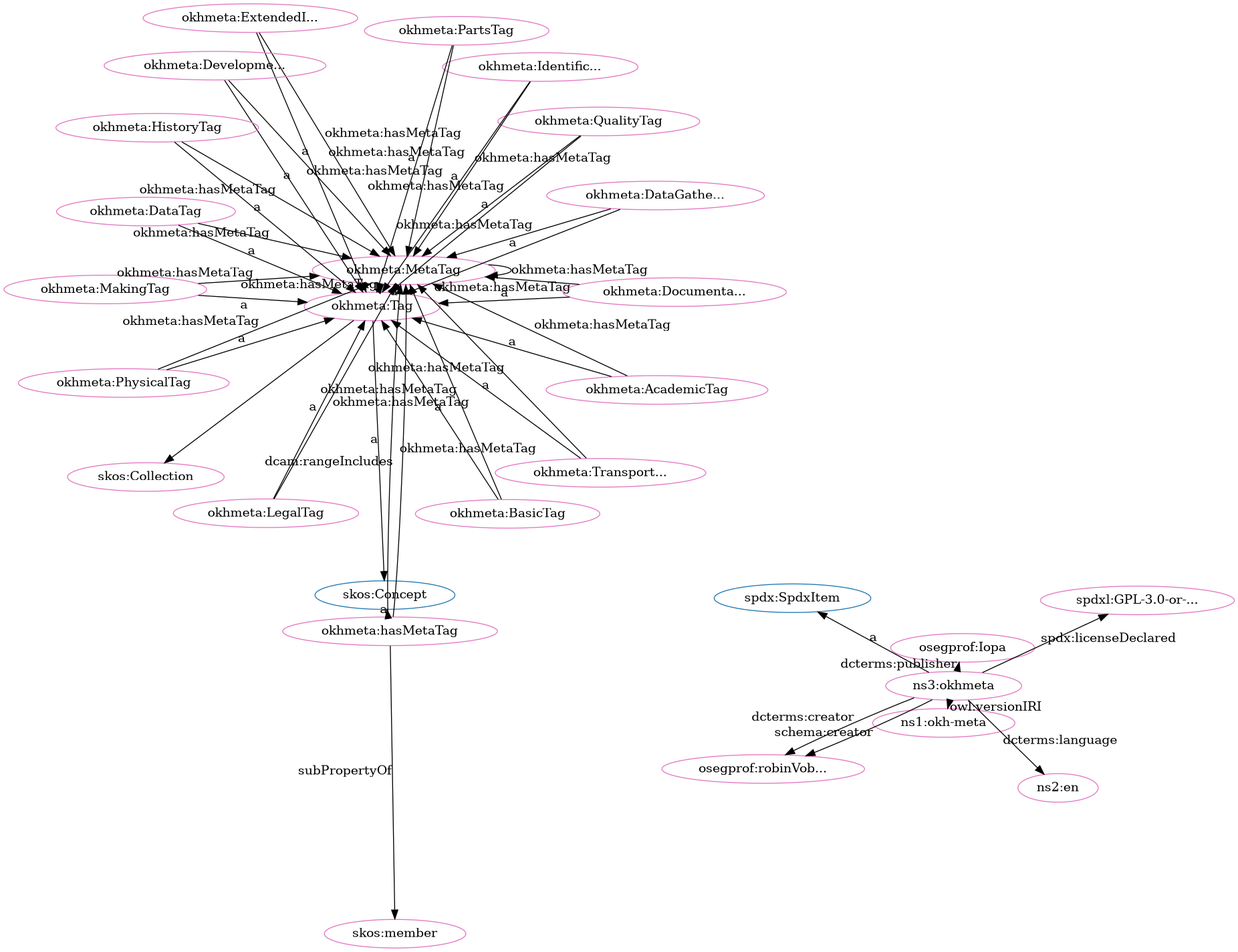
Earlier version of the Graphviz export src/spec/dot_okh-meta-clean.png (iop-alliance/OpenKnowHow). Its source is kept beside it as src/spec/dot_okh-meta-clean.dot.
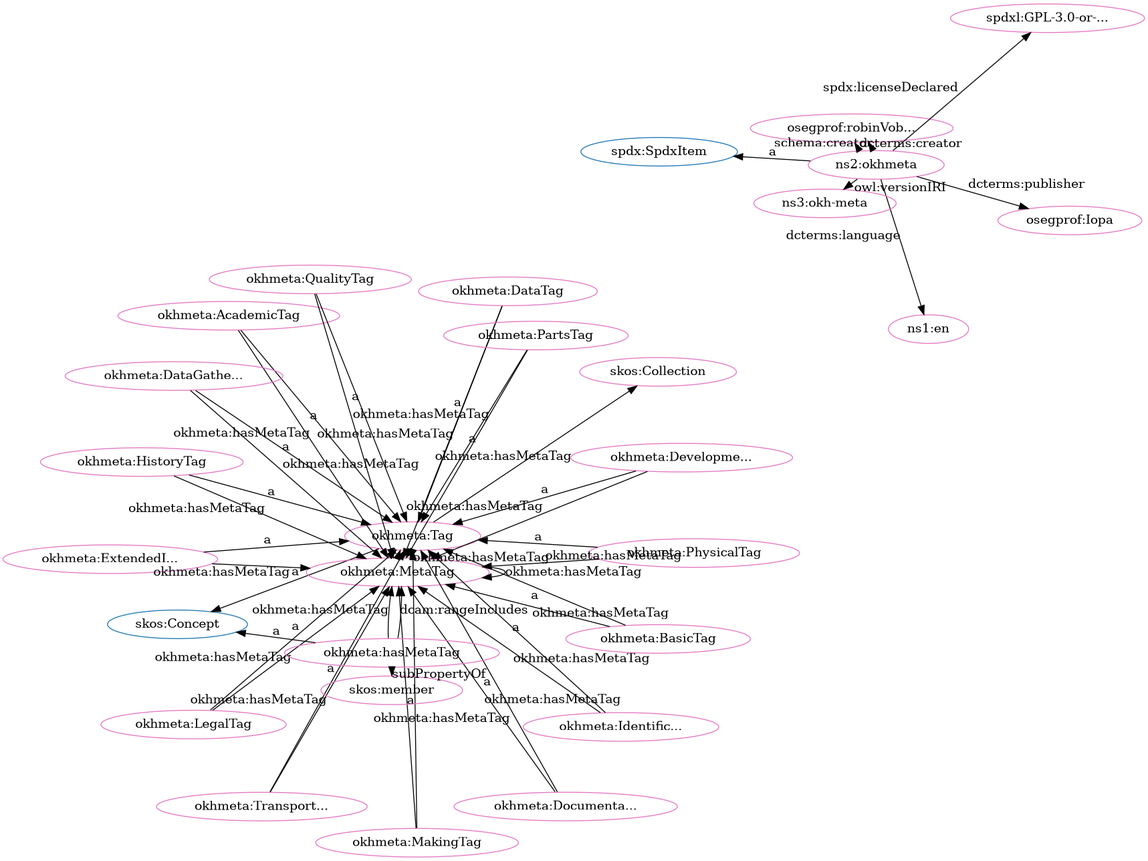
After the commit.

Change to the diagram source:
```diff
@@ -1,80 +1,80 @@
 digraph G {
   rankdir=BT
   node[height=.3]
+"http://www.w3.org/2004/02/skos/core#Concept" [fillcolor="#1f77b4" color="#1f77b4" label="skos:Concept"]
+"http://www.w3.org/2004/02/skos/core#Collection" [fillcolor="#1f77b4" color="#1f77b4" label="skos:Collection"]
+"http://w3id.org/oseg/ont/okhmeta#Tag" [fillcolor="#1f77b4" color="#1f77b4" label="okhmeta:Tag"]
 "http://spdx.org/rdf/terms#SpdxItem" [fillcolor="#1f77b4" color="#1f77b4" label="spdx:SpdxItem"]
-"http://w3id.org/oseg/ont/okhmeta#Tag" [fillcolor="#1f77b4" color="#1f77b4" label="okhmeta:Tag"]
-"http://www.w3.org/2004/02/skos/core#Collection" [fillcolor="#1f77b4" color="#1f77b4" label="skos:Collection"]
-"http://www.w3.org/2004/02/skos/core#Concept" [fillcolor="#1f77b4" color="#1f77b4" label="skos:Concept"]
 "http://w3id.org/oseg/ont/okhmeta#MetaTag" [fillcolor="#e377c2" color="#e377c2" label="okhmeta:MetaTag"]
+"http://id.loc.gov/vocabulary/iso639-1/en" [fillcolor="#e377c2" color="#e377c2" label="ns1:en"]
+"http://w3id.org/oseg/ont/okhmeta#AcademicTag" [fillcolor="#e377c2" color="#e377c2" label="okhmeta:AcademicTag"]
+"http://w3id.org/oseg/ont/okhmeta" [fillcolor="#e377c2" color="#e377c2" label="ns2:okhmeta"]
+"http://w3id.org/oseg/ont/oseg-profiles#robinVobruba" [fillcolor="#e377c2" color="#e377c2" label="osegprof:robinVob..."]
+"http://w3id.org/oseg/ont/okhmeta#TransportationTag" [fillcolor="#e377c2" color="#e377c2" label="okhmeta:Transport..."]
+"http://w3id.org/oseg/ont/okhmeta#LegalTag" [fillcolor="#e377c2" color="#e377c2" label="okhmeta:LegalTag"]
+"http://w3id.org/oseg/ont/okhmeta#DocumentationTag" [fillcolor="#e377c2" color="#e377c2" label="okhmeta:Documenta..."]
+"http://w3id.org/oseg/ont/oseg-profiles#Iopa" [fillcolor="#e377c2" color="#e377c2" label="osegprof:Iopa"]
+"http://spdx.org/licenses/GPL-3.0-or-later" [fillcolor="#e377c2" color="#e377c2" label="spdxl:GPL-3.0-or-..."]
+"http://w3id.org/oseg/ont/okhmeta#MakingTag" [fillcolor="#e377c2" color="#e377c2" label="okhmeta:MakingTag"]
+"http://www.w3.org/2004/02/skos/core#member" [fillcolor="#e377c2" color="#e377c2" label="skos:member"]
+"http://w3id.org/oseg/ont/okhmeta#BasicTag" [fillcolor="#e377c2" color="#e377c2" label="okhmeta:BasicTag"]
+"http://w3id.org/oseg/ont/okhmeta#hasMetaTag" [fillcolor="#e377c2" color="#e377c2" label="okhmeta:hasMetaTag"]
+"http://w3id.org/oseg/ont/okhmeta#PhysicalTag" [fillcolor="#e377c2" color="#e377c2" label="okhmeta:PhysicalTag"]
+"http://w3id.org/oseg/ont/okhmeta#HistoryTag" [fillcolor="#e377c2" color="#e377c2" label="okhmeta:HistoryTag"]
+"http://www.w3.org/2004/02/skos/core#Collection" [fillcolor="#e377c2" color="#e377c2" label="skos:Collection"]
+"http://w3id.org/oseg/ont/1.1.0/okh-meta" [fillcolor="#e377c2" color="#e377c2" label="ns3:okh-meta"]
+"http://w3id.org/oseg/ont/okhmeta#QualityTag" [fillcolor="#e377c2" color="#e377c2" label="okhmeta:QualityTag"]
+"http://w3id.org/oseg/ont/okhmeta#DataTag" [fillcolor="#e377c2" color="#e377c2" label="okhmeta:DataTag"]
+"http://w3id.org/oseg/ont/okhmeta#IdentificationTag" [fillcolor="#e377c2" color="#e377c2" label="okhmeta:Identific..."]
+"http://w3id.org/oseg/ont/okhmeta#Tag" [fillcolor="#e377c2" color="#e377c2" label="okhmeta:Tag"]
+"http://w3id.org/oseg/ont/okhmeta#DataGatheringTag" [fillcolor="#e377c2" color="#e377c2" label="okhmeta:DataGathe..."]
+"http://w3id.org/oseg/ont/okhmeta#PartsTag" [fillcolor="#e377c2" color="#e377c2" label="okhmeta:PartsTag"]
 "http://w3id.org/oseg/ont/okhmeta#ExtendedInfoTag" [fillcolor="#e377c2" color="#e377c2" label="okhmeta:ExtendedI..."]
-"http://w3id.org/oseg/ont/okhmeta#PhysicalTag" [fillcolor="#e377c2" color="#e377c2" label="okhmeta:PhysicalTag"]
-"http://w3id.org/oseg/ont/okhmeta#DataTag" [fillcolor="#e377c2" color="#e377c2" label="okhmeta:DataTag"]
-"http://w3id.org/oseg/ont/okhmeta#DocumentationTag" [fillcolor="#e377c2" color="#e377c2" label="okhmeta:Documenta..."]
-"http://spdx.org/licenses/GPL-3.0-or-later" [fillcolor="#e377c2" color="#e377c2" label="spdxl:GPL-3.0-or-..."]
-"http://w3id.org/oseg/ont/okhmeta#hasMetaTag" [fillcolor="#e377c2" color="#e377c2" label="okhmeta:hasMetaTag"]
-"http://w3id.org/oseg/ont/okhmeta#BasicTag" [fillcolor="#e377c2" color="#e377c2" label="okhmeta:BasicTag"]
-"http://w3id.org/oseg/ont/okhmeta#LegalTag" [fillcolor="#e377c2" color="#e377c2" label="okhmeta:LegalTag"]
-"http://w3id.org/oseg/ont/1.1.0/okh-meta" [fillcolor="#e377c2" color="#e377c2" label="ns1:okh-meta"]
 "http://w3id.org/oseg/ont/okhmeta#DevelopmentTag" [fillcolor="#e377c2" color="#e377c2" label="okhmeta:Developme..."]
-"http://w3id.org/oseg/ont/okhmeta#QualityTag" [fillcolor="#e377c2" color="#e377c2" label="okhmeta:QualityTag"]
-"http://w3id.org/oseg/ont/oseg-profiles#Iopa" [fillcolor="#e377c2" color="#e377c2" label="osegprof:Iopa"]
-"http://w3id.org/oseg/ont/okhmeta#DataGatheringTag" [fillcolor="#e377c2" color="#e377c2" label="okhmeta:DataGathe..."]
-"http://id.loc.gov/vocabulary/iso639-1/en" [fillcolor="#e377c2" color="#e377c2" label="ns2:en"]
-"http://w3id.org/oseg/ont/okhmeta" [fillcolor="#e377c2" color="#e377c2" label="ns3:okhmeta"]
-"http://w3id.org/oseg/ont/okhmeta#IdentificationTag" [fillcolor="#e377c2" color="#e377c2" label="okhmeta:Identific..."]
-"http://w3id.org/oseg/ont/okhmeta#TransportationTag" [fillcolor="#e377c2" color="#e377c2" label="okhmeta:Transport..."]
-"http://w3id.org/oseg/ont/okhmeta#Tag" [fillcolor="#e377c2" color="#e377c2" label="okhmeta:Tag"]
-"http://w3id.org/oseg/ont/oseg-profiles#robinVobruba" [fillcolor="#e377c2" color="#e377c2" label="osegprof:robinVob..."]
-"http://w3id.org/oseg/ont/okhmeta#AcademicTag" [fillcolor="#e377c2" color="#e377c2" label="okhmeta:AcademicTag"]
-"http://www.w3.org/2004/02/skos/core#member" [fillcolor="#e377c2" color="#e377c2" label="skos:member"]
-"http://w3id.org/oseg/ont/okhmeta#MakingTag" [fillcolor="#e377c2" color="#e377c2" label="okhmeta:MakingTag"]
-"http://www.w3.org/2004/02/skos/core#Collection" [fillcolor="#e377c2" color="#e377c2" label="skos:Collection"]
-"http://w3id.org/oseg/ont/okhmeta#PartsTag" [fillcolor="#e377c2" color="#e377c2" label="okhmeta:PartsTag"]
-"http://w3id.org/oseg/ont/okhmeta#HistoryTag" [fillcolor="#e377c2" color="#e377c2" label="okhmeta:HistoryTag"]
+  "http://w3id.org/oseg/ont/okhmeta#AcademicTag" -> "http://w3id.org/oseg/ont/okhmeta#MetaTag" [label="okhmeta:hasMetaTag"]
+  "http://w3id.org/oseg/ont/okhmeta" -> "http://id.loc.gov/vocabulary/iso639-1/en" [label="dcterms:language"]
+  "http://w3id.org/oseg/ont/okhmeta#DataTag" -> "http://w3id.org/oseg/ont/okhmeta#MetaTag" [label="okhmeta:hasMetaTag"]
+  "http://w3id.org/oseg/ont/okhmeta" -> "http://w3id.org/oseg/ont/oseg-profiles#robinVobruba" [label="dcterms:creator"]
+  "http://w3id.org/oseg/ont/okhmeta#Tag" -> "http://w3id.org/oseg/ont/okhmeta#MetaTag" [label="okhmeta:hasMetaTag"]
+  "http://w3id.org/oseg/ont/okhmeta#LegalTag" -> "http://w3id.org/oseg/ont/okhmeta#MetaTag" [label="okhmeta:hasMetaTag"]
+  "http://w3id.org/oseg/ont/okhmeta#MetaTag" -> "http://w3id.org/oseg/ont/okhmeta#Tag" [label="a"]
+  "http://w3id.org/oseg/ont/okhmeta#DocumentationTag" -> "http://w3id.org/oseg/ont/okhmeta#MetaTag" [label="okhmeta:hasMetaTag"]
+  "http://w3id.org/oseg/ont/okhmeta#DocumentationTag" -> "http://w3id.org/oseg/ont/okhmeta#Tag" [label="a"]
+  "http://w3id.org/oseg/ont/okhmeta#TransportationTag" -> "http://w3id.org/oseg/ont/okhmeta#MetaTag" [label="okhmeta:hasMetaTag"]
+  "http://w3id.org/oseg/ont/okhmeta#MakingTag" -> "http://w3id.org/oseg/ont/okhmeta#Tag" [label="a"]
+  "http://w3id.org/oseg/ont/okhmeta#DevelopmentTag" -> "http://w3id.org/oseg/ont/okhmeta#MetaTag" [label="okhmeta:hasMetaTag"]
+  "http://w3id.org/oseg/ont/okhmeta#BasicTag" -> "http://w3id.org/oseg/ont/okhmeta#Tag" [label="a"]
+  "http://w3id.org/oseg/ont/okhmeta#PhysicalTag" -> "http://w3id.org/oseg/ont/okhmeta#MetaTag" [label="okhmeta:hasMetaTag"]
+  "http://w3id.org/oseg/ont/okhmeta#HistoryTag" -> "http://w3id.org/oseg/ont/okhmeta#Tag" [label="a"]
+  "http://w3id.org/oseg/ont/okhmeta#DataTag" -> "http://w3id.org/oseg/ont/okhmeta#Tag" [label="a"]
+  "http://w3id.org/oseg/ont/okhmeta#IdentificationTag" -> "http://w3id.org/oseg/ont/okhmeta#Tag" [label="a"]
+  "http://w3id.org/oseg/ont/okhmeta#hasMetaTag" -> "http://w3id.org/oseg/ont/okhmeta#MetaTag" [label="okhmeta:hasMetaTag"]
+  "http://w3id.org/oseg/ont/okhmeta#PartsTag" -> "http://w3id.org/oseg/ont/okhmeta#Tag" [label="a"]
+  "http://w3id.org/oseg/ont/okhmeta#hasMetaTag" -> "http://www.w3.org/2004/02/skos/core#Concept" [label="a"]
+  "http://w3id.org/oseg/ont/okhmeta#ExtendedInfoTag" -> "http://w3id.org/oseg/ont/okhmeta#Tag" [label="a"]
+  "http://w3id.org/oseg/ont/okhmeta#BasicTag" -> "http://w3id.org/oseg/ont/okhmeta#MetaTag" [label="okhmeta:hasMetaTag"]
+  "http://w3id.org/oseg/ont/okhmeta#AcademicTag" -> "http://w3id.org/oseg/ont/okhmeta#Tag" [label="a"]
+  "http://w3id.org/oseg/ont/okhmeta" -> "http://spdx.org/rdf/terms#SpdxItem" [label="a"]
+  "http://w3id.org/oseg/ont/okhmeta#MetaTag" -> "http://w3id.org/oseg/ont/okhmeta#MetaTag" [label="okhmeta:hasMetaTag"]
+  "http://w3id.org/oseg/ont/okhmeta#hasMetaTag" -> "http://w3id.org/oseg/ont/okhmeta#MetaTag" [label="dcam:rangeIncludes"]
+  "http://w3id.org/oseg/ont/okhmeta#TransportationTag" -> "http://w3id.org/oseg/ont/okhmeta#Tag" [label="a"]
+  "http://w3id.org/oseg/ont/okhmeta#LegalTag" -> "http://w3id.org/oseg/ont/okhmeta#Tag" [label="a"]
+  "http://w3id.org/oseg/ont/okhmeta" -> "http://w3id.org/oseg/ont/oseg-profiles#Iopa" [label="dcterms:publisher"]
+  "http://w3id.org/oseg/ont/okhmeta#ExtendedInfoTag" -> "http://w3id.org/oseg/ont/okhmeta#MetaTag" [label="okhmeta:hasMetaTag"]
+  "http://w3id.org/oseg/ont/okhmeta" -> "http://spdx.org/licenses/GPL-3.0-or-later" [label="spdx:licenseDeclared"]
+  "http://w3id.org/oseg/ont/okhmeta#hasMetaTag" -> "http://www.w3.org/2004/02/skos/core#member" [label="subPropertyOf"]
+  "http://w3id.org/oseg/ont/okhmeta#MakingTag" -> "http://w3id.org/oseg/ont/okhmeta#MetaTag" [label="okhmeta:hasMetaTag"]
+  "http://w3id.org/oseg/ont/okhmeta" -> "http://w3id.org/oseg/ont/oseg-profiles#robinVobruba" [label="schema:creator"]
   "http://w3id.org/oseg/ont/okhmeta#PhysicalTag" -> "http://w3id.org/oseg/ont/okhmeta#Tag" [label="a"]
-  "http://w3id.org/oseg/ont/okhmeta#hasMetaTag" -> "http://w3id.org/oseg/ont/okhmeta#MetaTag" [label="dcam:rangeIncludes"]
-  "http://w3id.org/oseg/ont/okhmeta#hasMetaTag" -> "http://w3id.org/oseg/ont/okhmeta#MetaTag" [label="okhmeta:hasMetaTag"]
-  "http://w3id.org/oseg/ont/okhmeta#LegalTag" -> "http://w3id.org/oseg/ont/okhmeta#Tag" [label="a"]
-  "http://w3id.org/oseg/ont/okhmeta#MakingTag" -> "http://w3id.org/oseg/ont/okhmeta#MetaTag" [label="okhmeta:hasMetaTag"]
+  "http://w3id.org/oseg/ont/okhmeta#HistoryTag" -> "http://w3id.org/oseg/ont/okhmeta#MetaTag" [label="okhmeta:hasMetaTag"]
+  "http://w3id.org/oseg/ont/okhmeta#Tag" -> "http://www.w3.org/2004/02/skos/core#Collection" [label=""]
   "http://w3id.org/oseg/ont/okhmeta" -> "http://w3id.org/oseg/ont/1.1.0/okh-meta" [label="owl:versionIRI"]
   "http://w3id.org/oseg/ont/okhmeta#QualityTag" -> "http://w3id.org/oseg/ont/okhmeta#Tag" [label="a"]
+  "http://w3id.org/oseg/ont/okhmeta#Tag" -> "http://www.w3.org/2004/02/skos/core#Concept" [label="a"]
+  "http://w3id.org/oseg/ont/okhmeta#DataGatheringTag" -> "http://w3id.org/oseg/ont/okhmeta#MetaTag" [label="okhmeta:hasMetaTag"]
   "http://w3id.org/oseg/ont/okhmeta#DataGatheringTag" -> "http://w3id.org/oseg/ont/okhmeta#Tag" [label="a"]
-  "http://w3id.org/oseg/ont/okhmeta#LegalTag" -> "http://w3id.org/oseg/ont/okhmeta#MetaTag" [label="okhmeta:hasMetaTag"]
-  "http://w3id.org/oseg/ont/okhmeta#IdentificationTag" -> "http://w3id.org/oseg/ont/okhmeta#Tag" [label="a"]
-  "http://w3id.org/oseg/ont/okhmeta#TransportationTag" -> "http://w3id.org/oseg/ont/okhmeta#Tag" [label="a"]
+  "http://w3id.org/oseg/ont/okhmeta#IdentificationTag" -> "http://w3id.org/oseg/ont/okhmeta#MetaTag" [label="okhmeta:hasMetaTag"]
+  "http://w3id.org/oseg/ont/okhmeta#PartsTag" -> "http://w3id.org/oseg/ont/okhmeta#MetaTag" [label="okhmeta:hasMetaTag"]
+  "http://w3id.org/oseg/ont/okhmeta#DevelopmentTag" -> "http://w3id.org/oseg/ont/okhmeta#Tag" [label="a"]
   "http://w3id.org/oseg/ont/okhmeta#QualityTag" -> "http://w3id.org/oseg/ont/okhmeta#MetaTag" [label="okhmeta:hasMetaTag"]
-  "http://w3id.org/oseg/ont/okhmeta#DevelopmentTag" -> "http://w3id.org/oseg/ont/okhmeta#MetaTag" [label="okhmeta:hasMetaTag"]
-  "http://w3id.org/oseg/ont/okhmeta" -> "http://w3id.org/oseg/ont/oseg-profiles#robinVobruba" [label="schema:creator"]
-  "http://w3id.org/oseg/ont/okhmeta#DataGatheringTag" -> "http://w3id.org/oseg/ont/okhmeta#MetaTag" [label="okhmeta:hasMetaTag"]
-  "http://w3id.org/oseg/ont/okhmeta#AcademicTag" -> "http://w3id.org/oseg/ont/okhmeta#Tag" [label="a"]
-  "http://w3id.org/oseg/ont/okhmeta#PhysicalTag" -> "http://w3id.org/oseg/ont/okhmeta#MetaTag" [label="okhmeta:hasMetaTag"]
-  "http://w3id.org/oseg/ont/okhmeta" -> "http://w3id.org/oseg/ont/oseg-profiles#robinVobruba" [label="dcterms:creator"]
-  "http://w3id.org/oseg/ont/okhmeta#Tag" -> "http://www.w3.org/2004/02/skos/core#Collection" [label=""]
-  "http://w3id.org/oseg/ont/okhmeta#PartsTag" -> "http://w3id.org/oseg/ont/okhmeta#Tag" [label="a"]
-  "http://w3id.org/oseg/ont/okhmeta#Tag" -> "http://w3id.org/oseg/ont/okhmeta#MetaTag" [label="okhmeta:hasMetaTag"]
-  "http://w3id.org/oseg/ont/okhmeta#HistoryTag" -> "http://w3id.org/oseg/ont/okhmeta#Tag" [label="a"]
-  "http://w3id.org/oseg/ont/okhmeta#IdentificationTag" -> "http://w3id.org/oseg/ont/okhmeta#MetaTag" [label="okhmeta:hasMetaTag"]
-  "http://w3id.org/oseg/ont/okhmeta#ExtendedInfoTag" -> "http://w3id.org/oseg/ont/okhmeta#Tag" [label="a"]
-  "http://w3id.org/oseg/ont/okhmeta#DataTag" -> "http://w3id.org/oseg/ont/okhmeta#Tag" [label="a"]
-  "http://w3id.org/oseg/ont/okhmeta#DocumentationTag" -> "http://w3id.org/oseg/ont/okhmeta#Tag" [label="a"]
-  "http://w3id.org/oseg/ont/okhmeta#TransportationTag" -> "http://w3id.org/oseg/ont/okhmeta#MetaTag" [label="okhmeta:hasMetaTag"]
-  "http://w3id.org/oseg/ont/okhmeta#AcademicTag" -> "http://w3id.org/oseg/ont/okhmeta#MetaTag" [label="okhmeta:hasMetaTag"]
-  "http://w3id.org/oseg/ont/okhmeta" -> "http://spdx.org/licenses/GPL-3.0-or-later" [label="spdx:licenseDeclared"]
-  "http://w3id.org/oseg/ont/okhmeta#BasicTag" -> "http://w3id.org/oseg/ont/okhmeta#Tag" [label="a"]
-  "http://w3id.org/oseg/ont/okhmeta#DevelopmentTag" -> "http://w3id.org/oseg/ont/okhmeta#Tag" [label="a"]
-  "http://w3id.org/oseg/ont/okhmeta#PartsTag" -> "http://w3id.org/oseg/ont/okhmeta#MetaTag" [label="okhmeta:hasMetaTag"]
-  "http://w3id.org/oseg/ont/okhmeta" -> "http://w3id.org/oseg/ont/oseg-profiles#Iopa" [label="dcterms:publisher"]
-  "http://w3id.org/oseg/ont/okhmeta#MetaTag" -> "http://w3id.org/oseg/ont/okhmeta#Tag" [label="a"]
-  "http://w3id.org/oseg/ont/okhmeta#ExtendedInfoTag" -> "http://w3id.org/oseg/ont/okhmeta#MetaTag" [label="okhmeta:hasMetaTag"]
-  "http://w3id.org/oseg/ont/okhmeta#DocumentationTag" -> "http://w3id.org/oseg/ont/okhmeta#MetaTag" [label="okhmeta:hasMetaTag"]
-  "http://w3id.org/oseg/ont/okhmeta" -> "http://id.loc.gov/vocabulary/iso639-1/en" [label="dcterms:language"]
-  "http://w3id.org/oseg/ont/okhmeta#BasicTag" -> "http://w3id.org/oseg/ont/okhmeta#MetaTag" [label="okhmeta:hasMetaTag"]
-  "http://w3id.org/oseg/ont/okhmeta#Tag" -> "http://www.w3.org/2004/02/skos/core#Concept" [label="a"]
-  "http://w3id.org/oseg/ont/okhmeta#MetaTag" -> "http://w3id.org/oseg/ont/okhmeta#MetaTag" [label="okhmeta:hasMetaTag"]
-  "http://w3id.org/oseg/ont/okhmeta" -> "http://spdx.org/rdf/terms#SpdxItem" [label="a"]
-  "http://w3id.org/oseg/ont/okhmeta#hasMetaTag" -> "http://www.w3.org/2004/02/skos/core#Concept" [label="a"]
-  "http://w3id.org/oseg/ont/okhmeta#hasMetaTag" -> "http://www.w3.org/2004/02/skos/core#member" [label="subPropertyOf"]
-  "http://w3id.org/oseg/ont/okhmeta#HistoryTag" -> "http://w3id.org/oseg/ont/okhmeta#MetaTag" [label="okhmeta:hasMetaTag"]
-  "http://w3id.org/oseg/ont/okhmeta#MakingTag" -> "http://w3id.org/oseg/ont/okhmeta#Tag" [label="a"]
-  "http://w3id.org/oseg/ont/okhmeta#DataTag" -> "http://w3id.org/oseg/ont/okhmeta#MetaTag" [label="okhmeta:hasMetaTag"]
 }
```
